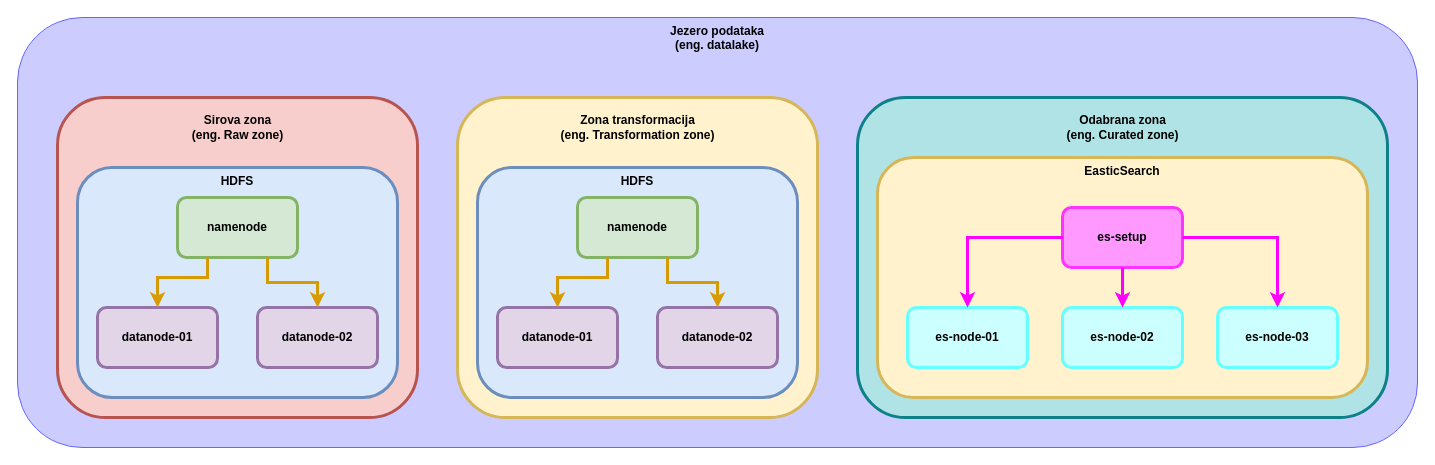
Before: asvsp/projekat/dokumentacija/resursi/datalake-arch.drawio in sssteeefaaan/master-I, a draw.io diagram. Source tidied: cells renumbered, new cells numbered last; positions are measured from the earlier drawing's top-left corner, leaving out a move shared by most shapes. Both pictures are drawn from the tidied source at 100%, with x=0, y=0 at pixel (17, 17).
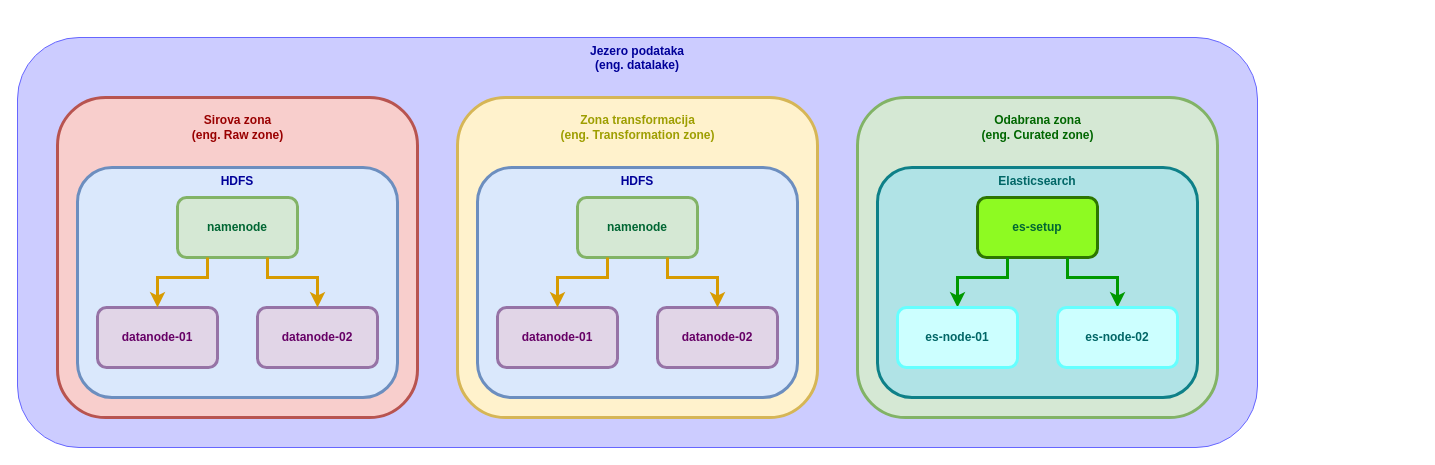
The same page after the edit.

The change refers to these unchanged cells:
```xml
<mxCell id="3" style="group;" parent="1" vertex="1">
  <mxGeometry x="440" y="80" width="360" height="320" as="geometry" />
</mxCell>
```

The edit, as a diff of the source:
```diff
@@
-    <mxCell id="2" value="&lt;b&gt;Jezero podataka&lt;br&gt;(eng. datalake)&lt;/b&gt;" style="rounded=1;whiteSpace=wrap;html=1;fillColor=#CCCCFF;strokeColor=#6666FF;verticalAlign=top;" parent="1" vertex="1">
-      <mxGeometry width="1400" height="430" as="geometry" />
+    <mxCell id="2" value="&lt;b&gt;Jezero podataka&lt;br&gt;(eng. datalake)&lt;/b&gt;" style="rounded=1;whiteSpace=wrap;html=1;fillColor=#CCCCFF;strokeColor=#6666FF;verticalAlign=top;fontColor=#000099;" parent="1" vertex="1">
+      <mxGeometry y="20" width="1240" height="410" as="geometry" />
     </mxCell>
@@
-    <mxCell id="5" value="&lt;b&gt;Zona transformacija&lt;br&gt;(eng. Transformation zone)&lt;/b&gt;" style="text;html=1;align=center;verticalAlign=middle;strokeColor=none;fillColor=none;" parent="3" vertex="1">
+    <mxCell id="5" value="&lt;b&gt;Zona transformacija&lt;br&gt;(eng. Transformation zone)&lt;/b&gt;" style="text;html=1;align=center;verticalAlign=middle;strokeColor=none;fillColor=none;fontColor=#9E9E00;" parent="3" vertex="1">
       <mxGeometry x="90" y="10" width="180" height="40" as="geometry" />
     </mxCell>
-    <mxCell id="6" value="&lt;b&gt;HDFS&lt;/b&gt;" style="rounded=1;whiteSpace=wrap;html=1;verticalAlign=top;strokeWidth=3;fillColor=#dae8fc;strokeColor=#6c8ebf;" parent="3" vertex="1">
+    <mxCell id="6" value="&lt;b&gt;HDFS&lt;/b&gt;" style="rounded=1;whiteSpace=wrap;html=1;verticalAlign=top;strokeWidth=3;fillColor=#dae8fc;strokeColor=#6c8ebf;fontColor=#000099;" parent="3" vertex="1">
       <mxGeometry x="20" y="70" width="320" height="230" as="geometry" />
     </mxCell>
-    <mxCell id="7" value="namenode" style="rounded=1;whiteSpace=wrap;html=1;fontStyle=1;strokeWidth=3;fillColor=#d5e8d4;strokeColor=#82b366;" parent="3" vertex="1">
+    <mxCell id="7" value="namenode" style="rounded=1;whiteSpace=wrap;html=1;fontStyle=1;strokeWidth=3;fillColor=#d5e8d4;strokeColor=#82b366;fontColor=#006633;" parent="3" vertex="1">
       <mxGeometry x="120" y="100" width="120" height="60" as="geometry" />
     </mxCell>
-    <mxCell id="8" value="datanode-01" style="rounded=1;whiteSpace=wrap;html=1;fontStyle=1;strokeWidth=3;fillColor=#e1d5e7;strokeColor=#9673a6;" parent="3" vertex="1">
+    <mxCell id="8" value="datanode-01" style="rounded=1;whiteSpace=wrap;html=1;fontStyle=1;strokeWidth=3;fillColor=#e1d5e7;strokeColor=#9673a6;fontColor=#660066;" parent="3" vertex="1">
       <mxGeometry x="40" y="210" width="120" height="60" as="geometry" />
     </mxCell>
@@
-    <mxCell id="10" value="datanode-02" style="rounded=1;whiteSpace=wrap;html=1;fontStyle=1;strokeWidth=3;fillColor=#e1d5e7;strokeColor=#9673a6;" parent="3" vertex="1">
+    <mxCell id="10" value="datanode-02" style="rounded=1;whiteSpace=wrap;html=1;fontStyle=1;strokeWidth=3;fillColor=#e1d5e7;strokeColor=#9673a6;fontColor=#660066;" parent="3" vertex="1">
       <mxGeometry x="200" y="210" width="120" height="60" as="geometry" />
     </mxCell>
     <mxCell id="11" style="edgeStyle=orthogonalEdgeStyle;rounded=0;jettySize=auto;html=1;exitX=0.75;exitY=1;exitDx=0;exitDy=0;entryX=0.5;entryY=0;entryDx=0;entryDy=0;strokeWidth=3;fillColor=#ffe6cc;strokeColor=#d79b00;" parent="3" edge="1" source="7" target="10">
-      <mxGeometry relative="1" as="geometry" />
+      <mxGeometry relative="1" as="geometry">
+        <Array as="points">
+          <mxPoint x="210" y="180" />
+          <mxPoint x="260" y="180" />
+        </Array>
+      </mxGeometry>
     </mxCell>
-    <mxCell id="12" style="group;" parent="1" vertex="1">
-      <mxGeometry x="840" y="80" width="530" height="320" as="geometry" />
-    </mxCell>
-    <mxCell id="13" style="rounded=1;whiteSpace=wrap;html=1;strokeWidth=3;fillColor=#b0e3e6;strokeColor=#0e8088;" parent="12" vertex="1">
-      <mxGeometry width="530" height="320" as="geometry" />
-    </mxCell>
-    <mxCell id="14" value="&lt;b&gt;Odabrana zona&lt;br&gt;(eng. Curated zone)&lt;/b&gt;" style="text;html=1;align=center;verticalAlign=middle;strokeColor=none;fillColor=none;" parent="12" vertex="1">
-      <mxGeometry x="195" y="10" width="140" height="40" as="geometry" />
-    </mxCell>
-    <mxCell id="15" value="&lt;b&gt;EasticSearch&lt;/b&gt;" style="rounded=1;whiteSpace=wrap;html=1;verticalAlign=top;strokeWidth=3;fillColor=#fff2cc;strokeColor=#d6b656;" parent="12" vertex="1">
-      <mxGeometry x="20" y="60" width="490" height="240" as="geometry" />
-    </mxCell>
-    <mxCell id="16" value="es-setup" style="rounded=1;whiteSpace=wrap;html=1;fontStyle=1;strokeWidth=3;fillColor=#FF99FF;strokeColor=#FF33FF;" parent="12" vertex="1">
-      <mxGeometry x="205" y="110" width="120" height="60" as="geometry" />
-    </mxCell>
-    <mxCell id="17" value="es-node-01" style="rounded=1;whiteSpace=wrap;html=1;fontStyle=1;strokeWidth=3;fillColor=#CCFFFF;strokeColor=#66FFFF;" parent="12" vertex="1">
-      <mxGeometry x="50" y="210" width="120" height="60" as="geometry" />
-    </mxCell>
-    <mxCell id="18" style="edgeStyle=orthogonalEdgeStyle;rounded=0;jettySize=auto;html=1;exitX=0;exitY=0.5;exitDx=0;exitDy=0;entryX=0.5;entryY=0;entryDx=0;entryDy=0;fillColor=#d80073;strokeColor=#FF00FF;strokeWidth=3;" parent="12" edge="1" source="16" target="17">
-      <mxGeometry relative="1" as="geometry" />
-    </mxCell>
-    <mxCell id="19" value="es-node-03" style="rounded=1;whiteSpace=wrap;html=1;fontStyle=1;strokeWidth=3;fillColor=#CCFFFF;strokeColor=#66FFFF;" parent="12" vertex="1">
-      <mxGeometry x="360" y="210" width="120" height="60" as="geometry" />
-    </mxCell>
-    <mxCell id="20" style="edgeStyle=orthogonalEdgeStyle;rounded=0;jettySize=auto;html=1;exitX=1;exitY=0.5;exitDx=0;exitDy=0;entryX=0.5;entryY=0;entryDx=0;entryDy=0;fillColor=#d80073;strokeColor=#FF00FF;strokeWidth=3;" parent="12" edge="1" source="16" target="19">
-      <mxGeometry relative="1" as="geometry" />
-    </mxCell>
-    <mxCell id="21" value="es-node-02" style="rounded=1;whiteSpace=wrap;html=1;fontStyle=1;strokeWidth=3;fillColor=#CCFFFF;strokeColor=#66FFFF;" parent="12" vertex="1">
-      <mxGeometry x="205" y="210" width="120" height="60" as="geometry" />
-    </mxCell>
-    <mxCell id="22" style="edgeStyle=orthogonalEdgeStyle;rounded=0;jettySize=auto;html=1;exitX=0.5;exitY=1;exitDx=0;exitDy=0;entryX=0.5;entryY=0;entryDx=0;entryDy=0;fillColor=#d80073;strokeColor=#FF00FF;strokeWidth=3;" parent="12" edge="1" source="16" target="21">
-      <mxGeometry relative="1" as="geometry" />
-    </mxCell>
-    <mxCell id="23" style="group;" parent="1" vertex="1">
+    <mxCell id="23" style="group;fontColor=#990000;" parent="1" vertex="1">
       <mxGeometry x="40" y="80" width="360" height="320" as="geometry" />
     </mxCell>
@@
-    <mxCell id="25" value="&lt;b&gt;Sirova zona&lt;br&gt;(eng. Raw zone)&lt;/b&gt;" style="text;html=1;align=center;verticalAlign=middle;strokeColor=none;fillColor=none;" parent="23" vertex="1">
+    <mxCell id="25" value="&lt;b&gt;Sirova zona&lt;br&gt;(eng. Raw zone)&lt;/b&gt;" style="text;html=1;align=center;verticalAlign=middle;strokeColor=none;fillColor=none;fontColor=#990000;" parent="23" vertex="1">
       <mxGeometry x="125" y="10" width="110" height="40" as="geometry" />
     </mxCell>
-    <mxCell id="26" value="&lt;b&gt;HDFS&lt;/b&gt;" style="rounded=1;whiteSpace=wrap;html=1;verticalAlign=top;strokeWidth=3;fillColor=#dae8fc;strokeColor=#6c8ebf;" parent="23" vertex="1">
+    <mxCell id="26" value="&lt;b&gt;HDFS&lt;/b&gt;" style="rounded=1;whiteSpace=wrap;html=1;verticalAlign=top;strokeWidth=3;fillColor=#dae8fc;strokeColor=#6c8ebf;fontColor=#000099;" parent="23" vertex="1">
       <mxGeometry x="20" y="70" width="320" height="230" as="geometry" />
     </mxCell>
-    <mxCell id="27" value="namenode" style="rounded=1;whiteSpace=wrap;html=1;fontStyle=1;strokeWidth=3;fillColor=#d5e8d4;strokeColor=#82b366;" parent="23" vertex="1">
+    <mxCell id="27" value="namenode" style="rounded=1;whiteSpace=wrap;html=1;fontStyle=1;strokeWidth=3;fillColor=#d5e8d4;strokeColor=#82b366;fontColor=#006633;" parent="23" vertex="1">
       <mxGeometry x="120" y="100" width="120" height="60" as="geometry" />
     </mxCell>
-    <mxCell id="28" value="datanode-01" style="rounded=1;whiteSpace=wrap;html=1;fontStyle=1;strokeWidth=3;fillColor=#e1d5e7;strokeColor=#9673a6;" parent="23" vertex="1">
+    <mxCell id="28" value="datanode-01" style="rounded=1;whiteSpace=wrap;html=1;fontStyle=1;strokeWidth=3;fillColor=#e1d5e7;strokeColor=#9673a6;fontColor=#660066;" parent="23" vertex="1">
       <mxGeometry x="40" y="210" width="120" height="60" as="geometry" />
     </mxCell>
@@
-    <mxCell id="30" value="datanode-02" style="rounded=1;whiteSpace=wrap;html=1;fontStyle=1;strokeWidth=3;fillColor=#e1d5e7;strokeColor=#9673a6;" parent="23" vertex="1">
+    <mxCell id="30" value="datanode-02" style="rounded=1;whiteSpace=wrap;html=1;fontStyle=1;strokeWidth=3;fillColor=#e1d5e7;strokeColor=#9673a6;fontColor=#660066;" parent="23" vertex="1">
       <mxGeometry x="200" y="210" width="120" height="60" as="geometry" />
     </mxCell>
     <mxCell id="31" style="edgeStyle=orthogonalEdgeStyle;rounded=0;jettySize=auto;html=1;exitX=0.75;exitY=1;exitDx=0;exitDy=0;entryX=0.5;entryY=0;entryDx=0;entryDy=0;strokeWidth=3;fillColor=#ffe6cc;strokeColor=#d79b00;" parent="23" edge="1" source="27" target="30">
-      <mxGeometry relative="1" as="geometry" />
+      <mxGeometry relative="1" as="geometry">
+        <Array as="points">
+          <mxPoint x="210" y="180" />
+          <mxPoint x="260" y="180" />
+        </Array>
+      </mxGeometry>
     </mxCell>
+    <mxCell id="32" style="group;" parent="1" vertex="1">
+      <mxGeometry x="840" y="80" width="360" height="320" as="geometry" />
+    </mxCell>
+    <mxCell id="33" style="rounded=1;whiteSpace=wrap;html=1;strokeWidth=3;fillColor=#d5e8d4;strokeColor=#82b366;fontColor=#006600;" parent="32" vertex="1">
+      <mxGeometry width="360" height="320" as="geometry" />
+    </mxCell>
+    <mxCell id="14" value="&lt;b style=&quot;border-color: var(--border-color);&quot;&gt;Odabrana zona&lt;br style=&quot;border-color: var(--border-color);&quot;&gt;(eng. Curated zone)&lt;/b&gt;" style="text;html=1;align=center;verticalAlign=middle;strokeColor=none;fillColor=none;fontColor=#006600;" parent="32" vertex="1">
+      <mxGeometry x="110" y="10" width="140" height="40" as="geometry" />
+    </mxCell>
+    <mxCell id="34" value="&lt;b&gt;Elasticsearch&lt;/b&gt;" style="rounded=1;whiteSpace=wrap;html=1;verticalAlign=top;strokeWidth=3;fillColor=#b0e3e6;strokeColor=#0e8088;fontColor=#006666;" parent="32" vertex="1">
+      <mxGeometry x="20" y="70" width="320" height="230" as="geometry" />
+    </mxCell>
+    <mxCell id="16" value="es-setup" style="rounded=1;whiteSpace=wrap;html=1;fontStyle=1;strokeWidth=3;fillColor=#8EFA22;strokeColor=#2D7600;fontColor=#006633;" parent="32" vertex="1">
+      <mxGeometry x="120" y="100" width="120" height="60" as="geometry" />
+    </mxCell>
+    <mxCell id="35" style="edgeStyle=orthogonalEdgeStyle;rounded=0;jettySize=auto;html=1;exitX=0.25;exitY=1;exitDx=0;exitDy=0;fontStyle=1;strokeWidth=3;fillColor=#ffe6cc;strokeColor=#009900;" parent="32" edge="1" source="16">
+      <mxGeometry relative="1" as="geometry">
+        <mxPoint x="100" y="210" as="targetPoint" />
+        <Array as="points">
+          <mxPoint x="150" y="180" />
+          <mxPoint x="100" y="180" />
+        </Array>
+      </mxGeometry>
+    </mxCell>
+    <mxCell id="36" style="edgeStyle=orthogonalEdgeStyle;rounded=0;jettySize=auto;html=1;exitX=0.75;exitY=1;exitDx=0;exitDy=0;entryX=0.5;entryY=0;entryDx=0;entryDy=0;strokeWidth=3;fillColor=#ffe6cc;strokeColor=#009900;" parent="32" edge="1" source="16">
+      <mxGeometry relative="1" as="geometry">
+        <mxPoint x="260" y="210" as="targetPoint" />
+        <Array as="points">
+          <mxPoint x="210" y="180" />
+          <mxPoint x="260" y="180" />
+        </Array>
+      </mxGeometry>
+    </mxCell>
+    <mxCell id="17" value="es-node-01" style="rounded=1;whiteSpace=wrap;html=1;fontStyle=1;strokeWidth=3;fillColor=#CCFFFF;strokeColor=#66FFFF;fontColor=#006666;" parent="32" vertex="1">
+      <mxGeometry x="40" y="210" width="120" height="60" as="geometry" />
+    </mxCell>
+    <mxCell id="21" value="es-node-02" style="rounded=1;whiteSpace=wrap;html=1;fontStyle=1;strokeWidth=3;fillColor=#CCFFFF;strokeColor=#66FFFF;fontColor=#006666;" parent="32" vertex="1">
+      <mxGeometry x="200" y="210" width="120" height="60" as="geometry" />
+    </mxCell>
```
